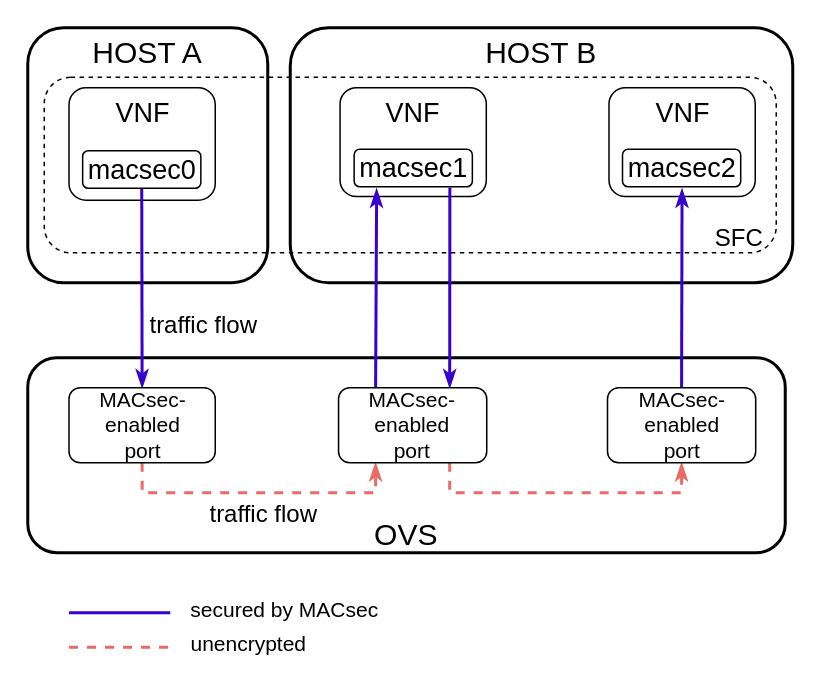
The draw.io diagram drawio/maser_article_use_case.drawio in ignaziopedone/drawio, before the edit. Source tidied: cells renumbered, new cells numbered last; positions are measured from the earlier drawing's top-left corner, leaving out a move shared by most shapes. Both pictures are drawn from the tidied source at 150%, with x=0, y=0 at pixel (27, 27).
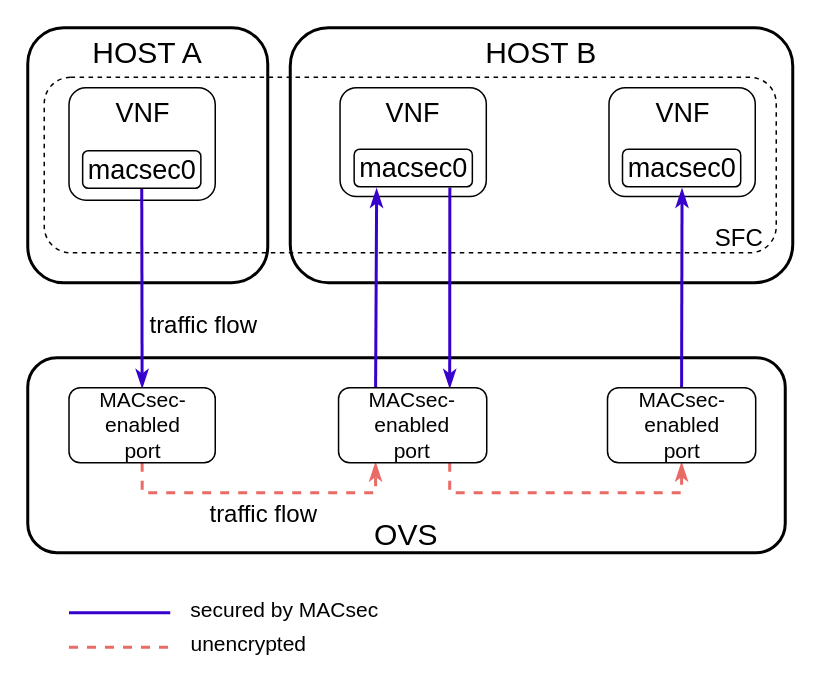
The same page after the edit.

Diff of the diagram source:
```diff
@@
-    <mxCell id="22" value="macsec1" style="rounded=1;whiteSpace=wrap;html=1;fontSize=18;align=center;" parent="1" vertex="1">
+    <mxCell id="22" value="macsec0" style="rounded=1;whiteSpace=wrap;html=1;fontSize=18;align=center;" parent="1" vertex="1">
       <mxGeometry x="217.6" y="81" width="78.8" height="25" as="geometry" />
     </mxCell>
-    <mxCell id="23" value="macsec2" style="rounded=1;whiteSpace=wrap;html=1;fontSize=18;align=center;" parent="1" vertex="1">
+    <mxCell id="23" value="macsec0" style="rounded=1;whiteSpace=wrap;html=1;fontSize=18;align=center;" parent="1" vertex="1">
       <mxGeometry x="396.5" y="81" width="78.8" height="25" as="geometry" />
     </mxCell>
```
